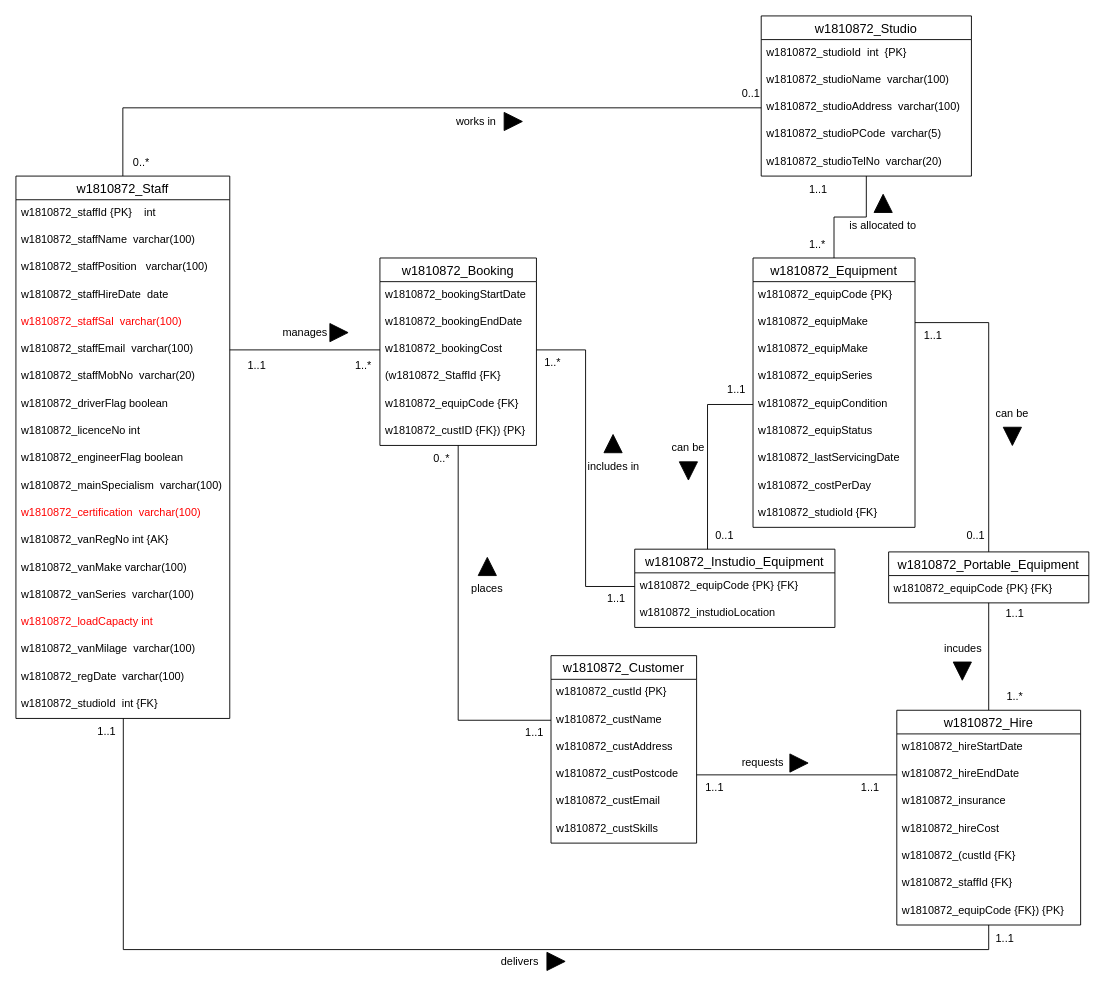
Before: Part B/Part_B.drawio in ChitharaKarunasekera/DatabaseSystemsCoursework, a draw.io diagram. Source tidied: cells renumbered, new cells numbered last; positions are measured from the earlier drawing's top-left corner, leaving out a move shared by most shapes. Both pictures are drawn from the tidied source at 91%, with x=0, y=0 at pixel (15, 15).
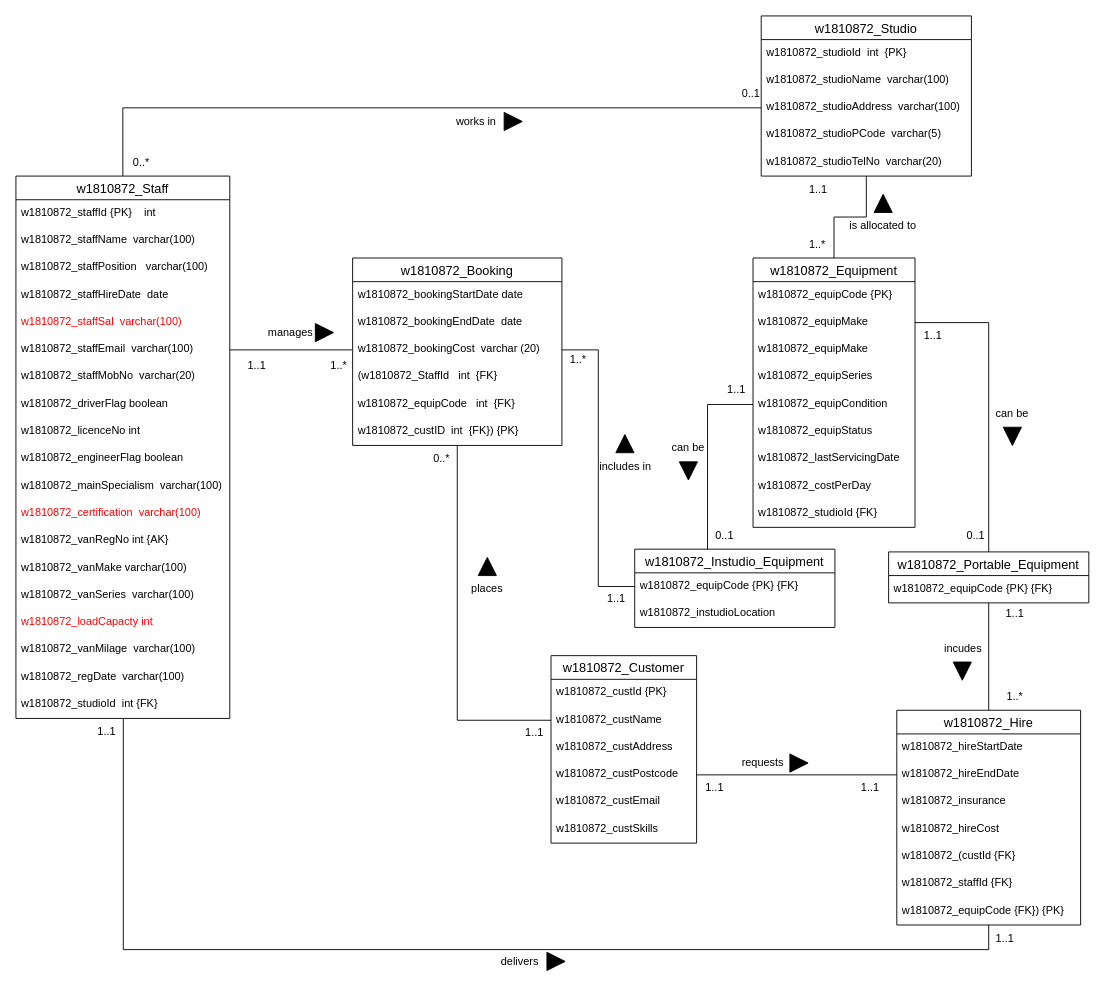
The same page after the edit.

Commit message:
data types for booking

Unchanged cells that the change refers to:
```xml
<mxCell id="35" value="w1810872_equipCode {PK} {FK}" style="text;strokeColor=none;fillColor=none;spacingLeft=4;spacingRight=4;overflow=hidden;points=[[0,0.5],[1,0.5]];portConstraint=eastwest;fontSize=12;fontColor=#000000;" parent="34" vertex="1">
  <mxGeometry y="26" width="220" height="30" as="geometry" />
</mxCell>
```

Diff of the diagram source:
```diff
@@
     <mxCell id="58" value="w1810872_Booking" style="swimlane;fontStyle=0;horizontal=1;startSize=26;align=center;fontSize=14;fontColor=#000000;" parent="1" vertex="1">
-      <mxGeometry x="400" y="266" width="172" height="206" as="geometry" />
+      <mxGeometry x="370" y="266" width="230" height="206" as="geometry" />
     </mxCell>
-    <mxCell id="59" value="w1810872_bookingStartDate" style="text;strokeColor=none;fillColor=none;spacingLeft=4;spacingRight=4;overflow=hidden;fontSize=12;fontColor=#000000;" parent="58" vertex="1">
-      <mxGeometry y="26" width="172" height="30" as="geometry" />
+    <mxCell id="59" value="w1810872_bookingStartDate date" style="text;strokeColor=none;fillColor=none;spacingLeft=4;spacingRight=4;overflow=hidden;fontSize=12;fontColor=#000000;" parent="58" vertex="1">
+      <mxGeometry y="26" width="230" height="30" as="geometry" />
     </mxCell>
-    <mxCell id="60" value="w1810872_bookingEndDate" style="text;strokeColor=none;fillColor=none;spacingLeft=4;spacingRight=4;overflow=hidden;fontSize=12;fontColor=#000000;" parent="58" vertex="1">
-      <mxGeometry y="56" width="172" height="30" as="geometry" />
+    <mxCell id="60" value="w1810872_bookingEndDate  date" style="text;strokeColor=none;fillColor=none;spacingLeft=4;spacingRight=4;overflow=hidden;fontSize=12;fontColor=#000000;" parent="58" vertex="1">
+      <mxGeometry y="56" width="230" height="30" as="geometry" />
     </mxCell>
-    <mxCell id="61" value="w1810872_bookingCost" style="text;strokeColor=none;fillColor=none;spacingLeft=4;spacingRight=4;overflow=hidden;points=[[0,0.5],[1,0.5]];portConstraint=eastwest;fontSize=12;fontColor=#000000;" parent="58" vertex="1">
-      <mxGeometry y="86" width="172" height="30" as="geometry" />
+    <mxCell id="61" value="w1810872_bookingCost  varchar (20)" style="text;strokeColor=none;fillColor=none;spacingLeft=4;spacingRight=4;overflow=hidden;points=[[0,0.5],[1,0.5]];portConstraint=eastwest;fontSize=12;fontColor=#000000;" parent="58" vertex="1">
+      <mxGeometry y="86" width="230" height="30" as="geometry" />
     </mxCell>
-    <mxCell id="62" value="(w1810872_StaffId {FK}" style="text;strokeColor=none;fillColor=none;spacingLeft=4;spacingRight=4;overflow=hidden;fontSize=12;fontColor=#000000;" parent="58" vertex="1">
-      <mxGeometry y="116" width="172" height="30" as="geometry" />
+    <mxCell id="62" value="(w1810872_StaffId   int  {FK} " style="text;strokeColor=none;fillColor=none;spacingLeft=4;spacingRight=4;overflow=hidden;fontSize=12;fontColor=#000000;" parent="58" vertex="1">
+      <mxGeometry y="116" width="230" height="30" as="geometry" />
     </mxCell>
-    <mxCell id="63" value="w1810872_equipCode {FK}" style="text;strokeColor=none;fillColor=none;spacingLeft=4;spacingRight=4;overflow=hidden;fontSize=12;fontColor=#000000;" parent="58" vertex="1">
-      <mxGeometry y="146" width="172" height="30" as="geometry" />
+    <mxCell id="63" value="w1810872_equipCode   int  {FK}" style="text;strokeColor=none;fillColor=none;spacingLeft=4;spacingRight=4;overflow=hidden;fontSize=12;fontColor=#000000;" parent="58" vertex="1">
+      <mxGeometry y="146" width="230" height="30" as="geometry" />
     </mxCell>
-    <mxCell id="64" value="w1810872_custID {FK}) {PK}" style="text;strokeColor=none;fillColor=none;spacingLeft=4;spacingRight=4;overflow=hidden;fontSize=12;fontColor=#000000;" parent="58" vertex="1">
-      <mxGeometry y="176" width="172" height="30" as="geometry" />
+    <mxCell id="64" value="w1810872_custID  int  {FK}) {PK}" style="text;strokeColor=none;fillColor=none;spacingLeft=4;spacingRight=4;overflow=hidden;fontSize=12;fontColor=#000000;" parent="58" vertex="1">
+      <mxGeometry y="176" width="230" height="30" as="geometry" />
     </mxCell>
     <mxCell id="65" value="1..*" style="text;html=1;strokeColor=none;fillColor=none;align=center;verticalAlign=middle;whiteSpace=wrap;rounded=0;" parent="1" vertex="1">
-      <mxGeometry x="352" y="369" width="60" height="30" as="geometry" />
+      <mxGeometry x="325" y="369" width="60" height="30" as="geometry" />
     </mxCell>
     <mxCell id="66" value="1..*" style="text;html=1;strokeColor=none;fillColor=none;align=center;verticalAlign=middle;whiteSpace=wrap;rounded=0;" parent="1" vertex="1">
-      <mxGeometry x="559.5" y="366" width="60" height="30" as="geometry" />
+      <mxGeometry x="588" y="363" width="60" height="30" as="geometry" />
     </mxCell>
@@
     <mxCell id="71" value="manages" style="text;html=1;strokeColor=none;fillColor=none;align=center;verticalAlign=middle;whiteSpace=wrap;rounded=0;" parent="1" vertex="1">
-      <mxGeometry x="288" y="333" width="60" height="30" as="geometry" />
+      <mxGeometry x="272" y="333" width="60" height="30" as="geometry" />
     </mxCell>
     <mxCell id="72" style="triangle;whiteSpace=wrap;html=1;fontColor=#000000;direction=east;fillColor=#000000;" parent="1" vertex="1">
-      <mxGeometry x="345" y="338" width="20" height="20" as="geometry" />
+      <mxGeometry x="329" y="338" width="20" height="20" as="geometry" />
     </mxCell>
     <mxCell id="73" value="includes in" style="text;html=1;strokeColor=none;fillColor=none;align=center;verticalAlign=middle;whiteSpace=wrap;rounded=0;" parent="1" vertex="1">
-      <mxGeometry x="620.5" y="480" width="71.5" height="30" as="geometry" />
+      <mxGeometry x="633.5" y="480" width="71.5" height="30" as="geometry" />
     </mxCell>
     <mxCell id="74" style="triangle;whiteSpace=wrap;html=1;fontColor=#000000;direction=north;fillColor=#000000;" parent="1" vertex="1">
-      <mxGeometry x="646.2" y="460" width="20" height="20" as="geometry" />
+      <mxGeometry x="659.2" y="460" width="20" height="20" as="geometry" />
     </mxCell>
@@
     <mxCell id="114" style="edgeStyle=orthogonalEdgeStyle;rounded=0;jettySize=auto;html=1;endArrow=none;endFill=0;" parent="1" edge="1" source="35" target="61">
-      <mxGeometry relative="1" as="geometry" />
+      <mxGeometry relative="1" as="geometry">
+        <Array as="points">
+          <mxPoint x="640" y="627" />
+          <mxPoint x="640" y="367" />
+        </Array>
+      </mxGeometry>
     </mxCell>
```
